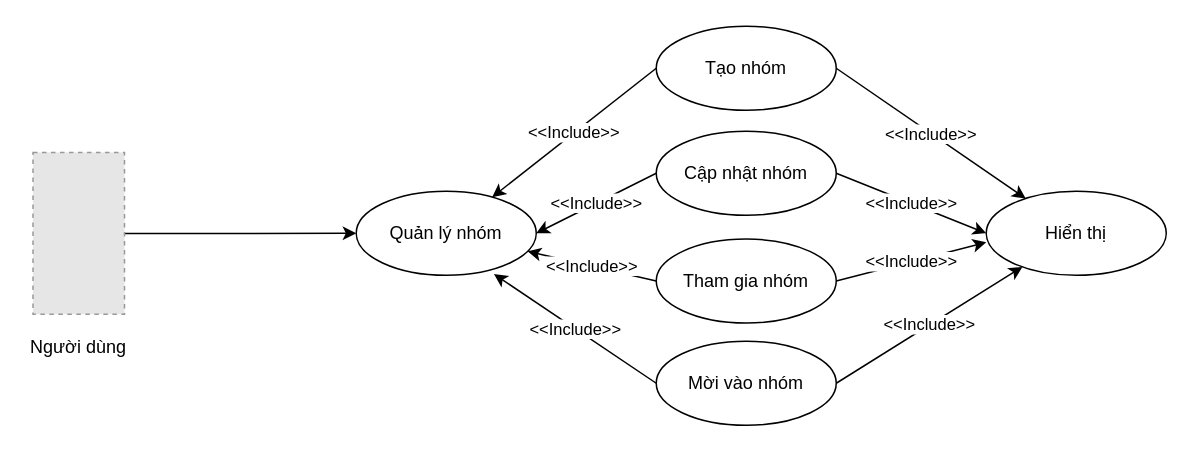
This is phac thao do an cuoi cung/use case tin nhan.drawio from frozenproof/dactaphanmem, a draw.io file, before an edit. Source tidied: cells renumbered, new cells numbered last; positions are measured from the earlier drawing's top-left corner, leaving out a move shared by most shapes. Both pictures are drawn from the tidied source at 150%, with x=0, y=0 at pixel (26, 26). Pictures stored in the file or linked from it are replaced by grey dashed boxes.
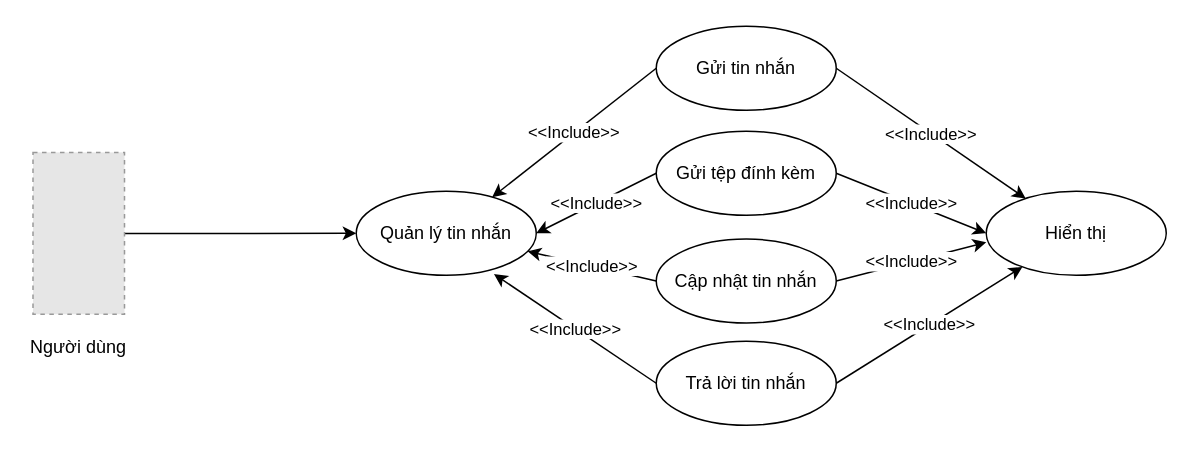
The same page after the edit.

Change to the diagram source:
```diff
@@
 <mxGraphModel>
   <root>
     <mxCell id="0" />
     <mxCell id="1" parent="0" />
     <mxCell id="2" value="Người dùng" style="text;html=1;align=center;verticalAlign=middle;whiteSpace=wrap;rounded=0;" parent="1" vertex="1">
       <mxGeometry y="203.9" width="70" height="20" as="geometry" />
     </mxCell>
     <mxCell id="3" style="edgeStyle=orthogonalEdgeStyle;rounded=0;jettySize=auto;html=1;entryX=0;entryY=0.5;entryDx=0;entryDy=0;" parent="1" edge="1" source="4" target="5">
       <mxGeometry relative="1" as="geometry" />
     </mxCell>
     <mxCell id="4" style="fillColor=#E6E6E6;strokeColor=#999999;dashed=1;verticalLabelPosition=bottom;labelBackgroundColor=default;verticalAlign=top;" parent="1" vertex="1">
       <mxGeometry x="4.5" y="84.1" width="61" height="107.9" as="geometry" />
     </mxCell>
-    <mxCell id="5" value="Quản lý nhóm" style="ellipse;whiteSpace=wrap;html=1;" parent="1" vertex="1">
+    <mxCell id="5" value="Quản lý tin nhắn" style="ellipse;whiteSpace=wrap;html=1;" parent="1" vertex="1">
       <mxGeometry x="220" y="110" width="120" height="56" as="geometry" />
     </mxCell>
-    <mxCell id="6" value="Cập nhật nhóm" style="ellipse;whiteSpace=wrap;html=1;" parent="1" vertex="1">
+    <mxCell id="6" value="Gửi tệp đính kèm" style="ellipse;whiteSpace=wrap;html=1;" parent="1" vertex="1">
       <mxGeometry x="420" y="70" width="120" height="56" as="geometry" />
     </mxCell>
-    <mxCell id="7" value="Tham gia nhóm" style="ellipse;whiteSpace=wrap;html=1;" parent="1" vertex="1">
+    <mxCell id="7" value="Cập nhật tin nhắn" style="ellipse;whiteSpace=wrap;html=1;" parent="1" vertex="1">
       <mxGeometry x="420" y="141.9" width="120" height="56" as="geometry" />
     </mxCell>
     <mxCell id="8" value="&amp;lt;&amp;lt;Include&amp;gt;&amp;gt;" style="endArrow=classic;html=1;rounded=0;exitX=0;exitY=0.5;exitDx=0;exitDy=0;entryX=1;entryY=0.5;entryDx=0;entryDy=0;" parent="1" edge="1" source="6" target="5">
       <mxGeometry relative="1" as="geometry" />
     </mxCell>
     <mxCell id="9" value="&amp;lt;&amp;lt;Include&amp;gt;&amp;gt;" style="endArrow=classic;html=1;rounded=0;exitX=0;exitY=0.5;exitDx=0;exitDy=0;" parent="1" edge="1" source="7" target="5">
       <mxGeometry relative="1" as="geometry" />
     </mxCell>
-    <mxCell id="10" value="Tạo nhóm" style="ellipse;whiteSpace=wrap;html=1;" parent="1" vertex="1">
+    <mxCell id="10" value="Gửi tin nhắn" style="ellipse;whiteSpace=wrap;html=1;" parent="1" vertex="1">
       <mxGeometry x="420" width="120" height="56" as="geometry" />
     </mxCell>
     <mxCell id="11" value="&amp;lt;&amp;lt;Include&amp;gt;&amp;gt;" style="endArrow=classic;html=1;rounded=0;exitX=0;exitY=0.5;exitDx=0;exitDy=0;" parent="1" edge="1" source="10" target="5">
       <mxGeometry relative="1" as="geometry" />
     </mxCell>
     <mxCell id="12" value="Hiển thị" style="ellipse;whiteSpace=wrap;html=1;" parent="1" vertex="1">
       <mxGeometry x="640" y="110" width="120" height="56" as="geometry" />
     </mxCell>
-    <mxCell id="13" value="Mời vào nhóm" style="ellipse;whiteSpace=wrap;html=1;" parent="1" vertex="1">
+    <mxCell id="13" value="Trả lời tin nhắn" style="ellipse;whiteSpace=wrap;html=1;" parent="1" vertex="1">
       <mxGeometry x="420" y="210" width="120" height="56" as="geometry" />
     </mxCell>
     <mxCell id="14" value="&amp;lt;&amp;lt;Include&amp;gt;&amp;gt;" style="endArrow=classic;html=1;rounded=0;exitX=0;exitY=0.5;exitDx=0;exitDy=0;entryX=0.765;entryY=0.986;entryDx=0;entryDy=0;entryPerimeter=0;" parent="1" edge="1" source="13" target="5">
       <mxGeometry relative="1" as="geometry" />
     </mxCell>
     <mxCell id="15" value="&amp;lt;&amp;lt;Include&amp;gt;&amp;gt;" style="endArrow=classic;html=1;rounded=0;exitX=1;exitY=0.5;exitDx=0;exitDy=0;" parent="1" edge="1" source="10" target="12">
       <mxGeometry relative="1" as="geometry" />
     </mxCell>
     <mxCell id="16" value="&amp;lt;&amp;lt;Include&amp;gt;&amp;gt;" style="endArrow=classic;html=1;rounded=0;exitX=1;exitY=0.5;exitDx=0;exitDy=0;" parent="1" edge="1" source="13" target="12">
       <mxGeometry relative="1" as="geometry" />
     </mxCell>
     <mxCell id="17" value="&amp;lt;&amp;lt;Include&amp;gt;&amp;gt;" style="endArrow=classic;html=1;rounded=0;exitX=1;exitY=0.5;exitDx=0;exitDy=0;entryX=0;entryY=0.5;entryDx=0;entryDy=0;" parent="1" edge="1" source="6" target="12">
       <mxGeometry relative="1" as="geometry" />
     </mxCell>
     <mxCell id="18" value="&amp;lt;&amp;lt;Include&amp;gt;&amp;gt;" style="endArrow=classic;html=1;rounded=0;exitX=1;exitY=0.5;exitDx=0;exitDy=0;entryX=0;entryY=0.608;entryDx=0;entryDy=0;entryPerimeter=0;" parent="1" edge="1" source="7" target="12">
       <mxGeometry relative="1" as="geometry" />
     </mxCell>
   </root>
 </mxGraphModel>
```
